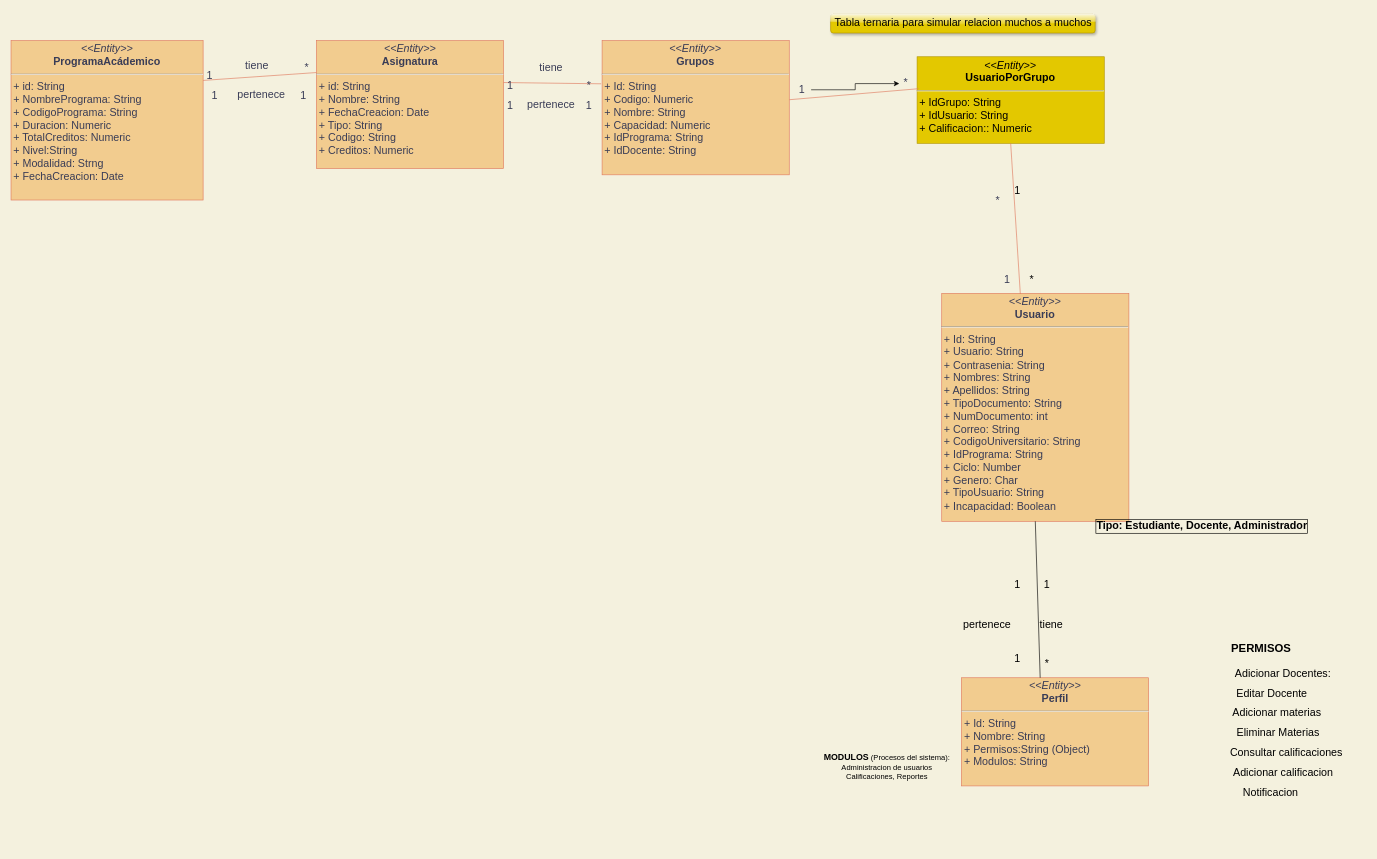
Above: Diagramas/Diagrama de Entidades.drawio in williamvargas7/EduFree-Eq2 (draw.io), before the change. Source tidied: cells renumbered, new cells numbered last; positions are measured from the earlier drawing's top-left corner, leaving out a move shared by most shapes. Both pictures are drawn from the tidied source at 63%, with x=0, y=0 at pixel (11, 11).
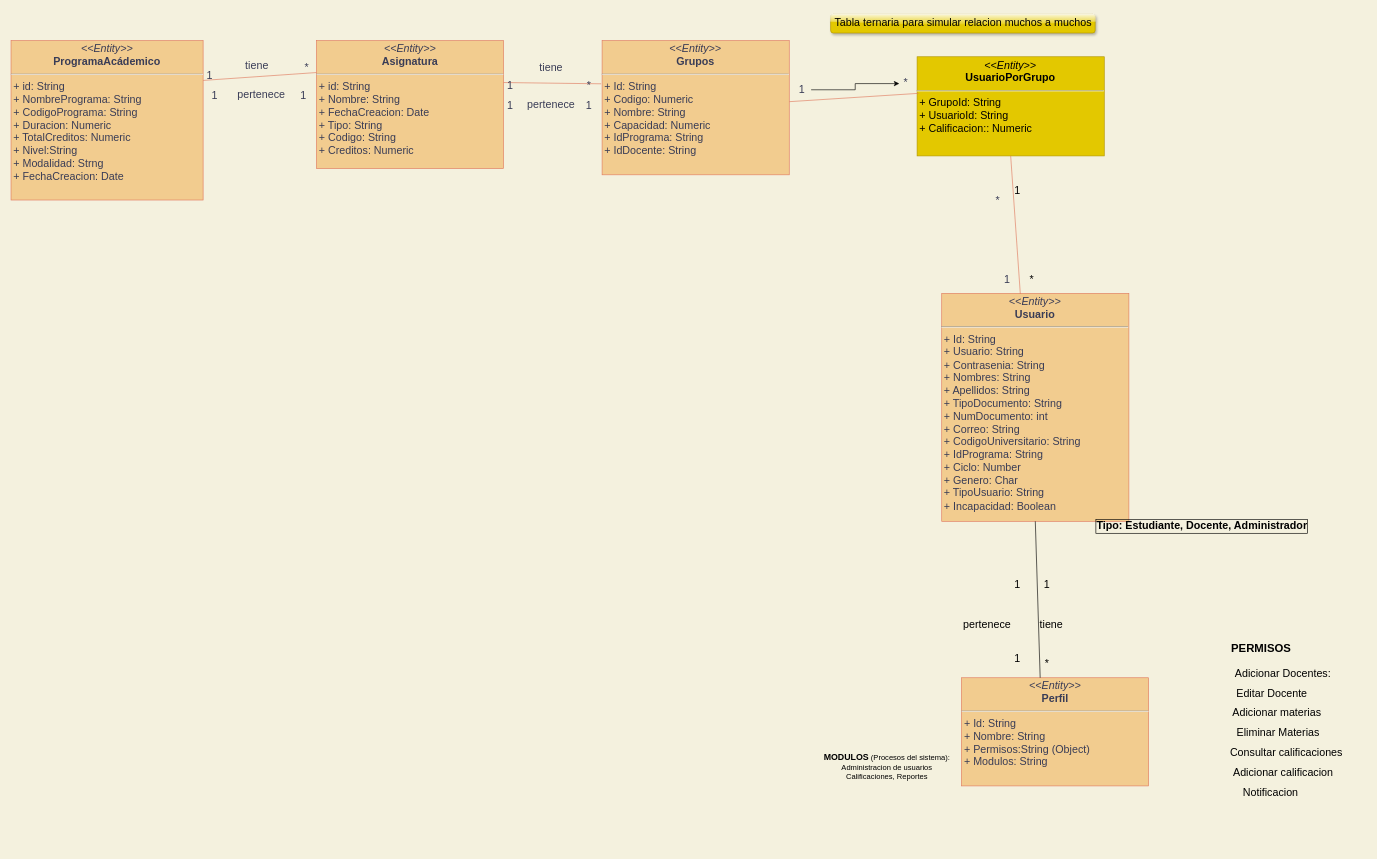
After the change.

Commit message:
Actualizacion Tabla Ternaria UsuarioId

Unchanged cells that the change refers to:
```xml
<mxCell id="2" style="group;fontSize=17;" parent="1" vertex="1">
  <mxGeometry width="2150" height="1330" as="geometry" />
</mxCell>
```

The edit, as a diff of the source:
```diff
@@
-    <mxCell id="22" value="&lt;p style=&quot;margin: 4px 0px 0px ; text-align: center ; font-size: 17px&quot;&gt;&lt;i style=&quot;font-size: 17px&quot;&gt;&amp;lt;&amp;lt;Entity&amp;gt;&amp;gt;&lt;/i&gt;&lt;br style=&quot;font-size: 17px&quot;&gt;&lt;b style=&quot;font-size: 17px&quot;&gt;UsuarioPorGrupo&lt;/b&gt;&lt;/p&gt;&lt;hr style=&quot;font-size: 17px&quot;&gt;&lt;p style=&quot;margin: 0px 0px 0px 4px ; font-size: 17px&quot;&gt;&lt;span style=&quot;text-align: center ; font-size: 17px&quot;&gt;+ IdGrupo: String&lt;/span&gt;&lt;br style=&quot;text-align: center ; font-size: 17px&quot;&gt;&lt;span style=&quot;text-align: center ; font-size: 17px&quot;&gt;+ IdUsuario: String&lt;/span&gt;&lt;br style=&quot;font-size: 17px&quot;&gt;&lt;/p&gt;&lt;p style=&quot;margin: 0px 0px 0px 4px ; font-size: 17px&quot;&gt;+ Calificacion:: Numeric&lt;/p&gt;&lt;p style=&quot;margin: 0px 0px 0px 4px ; font-size: 17px&quot;&gt;&lt;br style=&quot;font-size: 17px&quot;&gt;&lt;/p&gt;" style="verticalAlign=top;align=left;overflow=fill;fontSize=17;fontFamily=Helvetica;html=1;fillColor=#e3c800;strokeColor=#B09500;fontColor=#000000;rounded=0;shadow=0;sketch=0;glass=0;" parent="2" vertex="1">
-      <mxGeometry x="1438.2" y="72.6" width="297.1" height="137.4" as="geometry" />
+    <mxCell id="22" value="&lt;p style=&quot;margin: 4px 0px 0px ; text-align: center ; font-size: 17px&quot;&gt;&lt;i style=&quot;font-size: 17px&quot;&gt;&amp;lt;&amp;lt;Entity&amp;gt;&amp;gt;&lt;/i&gt;&lt;br style=&quot;font-size: 17px&quot;&gt;&lt;b style=&quot;font-size: 17px&quot;&gt;UsuarioPorGrupo&lt;/b&gt;&lt;/p&gt;&lt;hr style=&quot;font-size: 17px&quot;&gt;&lt;p style=&quot;margin: 0px 0px 0px 4px ; font-size: 17px&quot;&gt;&lt;span style=&quot;text-align: center ; font-size: 17px&quot;&gt;+ GrupoId: String&lt;/span&gt;&lt;br style=&quot;text-align: center ; font-size: 17px&quot;&gt;&lt;span style=&quot;text-align: center ; font-size: 17px&quot;&gt;+ UsuarioId: String&lt;/span&gt;&lt;br style=&quot;font-size: 17px&quot;&gt;&lt;/p&gt;&lt;p style=&quot;margin: 0px 0px 0px 4px ; font-size: 17px&quot;&gt;+ Calificacion:: Numeric&lt;/p&gt;&lt;p style=&quot;margin: 0px 0px 0px 4px ; font-size: 17px&quot;&gt;&lt;br style=&quot;font-size: 17px&quot;&gt;&lt;/p&gt;" style="verticalAlign=top;align=left;overflow=fill;fontSize=17;fontFamily=Helvetica;html=1;fillColor=#e3c800;strokeColor=#B09500;fontColor=#000000;rounded=0;shadow=0;sketch=0;glass=0;" parent="2" vertex="1">
+      <mxGeometry x="1438.2" y="72.6" width="297.1" height="157.4" as="geometry" />
     </mxCell>
```
